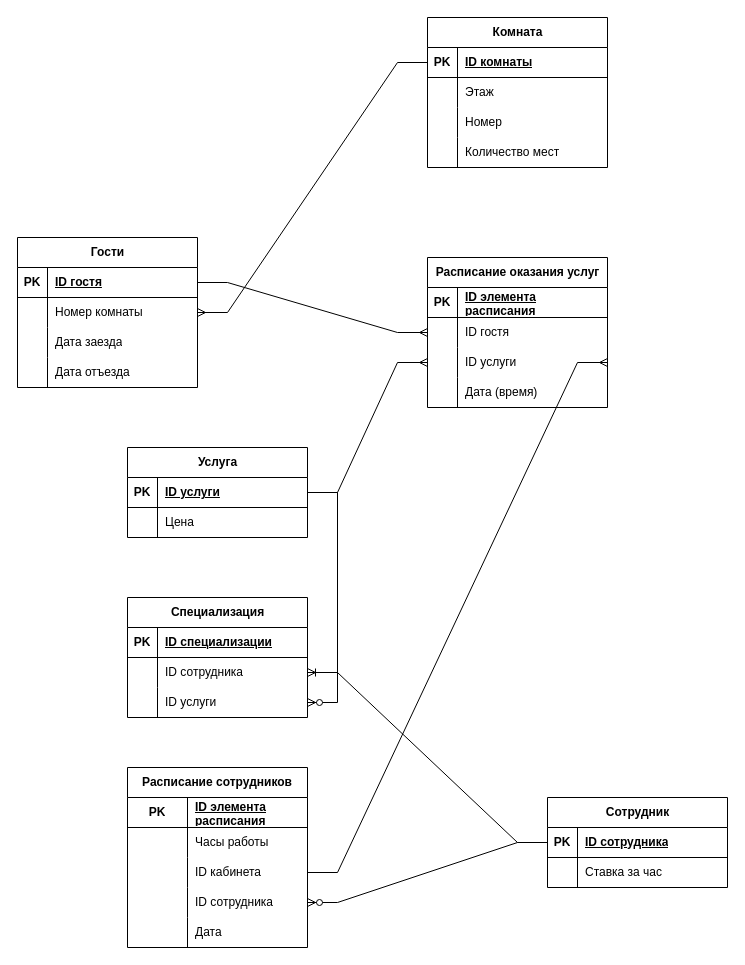
This is Диаграмма без названия.drawio from arinazzz/DBMS, a draw.io file, before an edit. Source tidied: cells renumbered, new cells numbered last; positions are measured from the earlier drawing's top-left corner, leaving out a move shared by most shapes. Both pictures are drawn from the tidied source at 100%, with x=0, y=0 at pixel (17, 17).
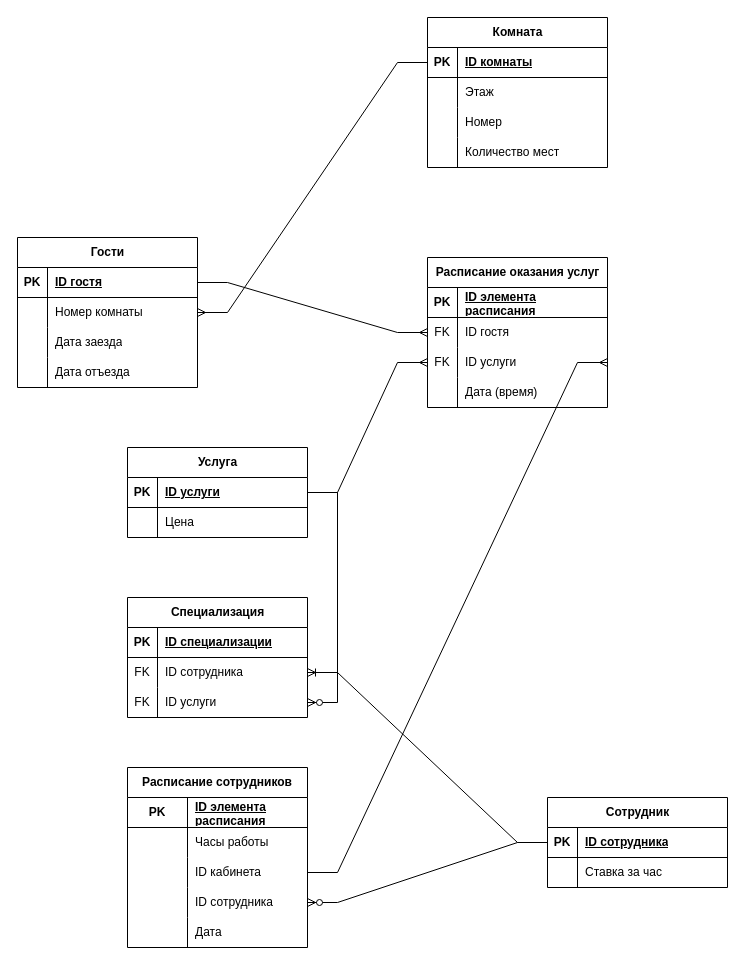
After the change.

The change refers to these unchanged cells:
```xml
<mxCell id="19" style="shape=tableRow;horizontal=0;startSize=0;swimlaneHead=0;swimlaneBody=0;fillColor=none;points=[[0,0.5],[1,0.5]];portConstraint=eastwest;top=0;left=0;right=0;bottom=0;" parent="15" vertex="1">
  <mxGeometry y="60" width="180" height="30" as="geometry" />
</mxCell>
<mxCell id="22" style="shape=tableRow;horizontal=0;startSize=0;swimlaneHead=0;swimlaneBody=0;fillColor=none;points=[[0,0.5],[1,0.5]];portConstraint=eastwest;top=0;left=0;right=0;bottom=0;" parent="15" vertex="1">
  <mxGeometry y="90" width="180" height="30" as="geometry" />
</mxCell>
<mxCell id="64" style="shape=tableRow;horizontal=0;startSize=0;swimlaneHead=0;swimlaneBody=0;fillColor=none;points=[[0,0.5],[1,0.5]];portConstraint=eastwest;top=0;left=0;right=0;bottom=0;" parent="60" vertex="1">
  <mxGeometry y="60" width="180" height="30" as="geometry" />
</mxCell>
<mxCell id="67" style="shape=tableRow;horizontal=0;startSize=0;swimlaneHead=0;swimlaneBody=0;fillColor=none;points=[[0,0.5],[1,0.5]];portConstraint=eastwest;top=0;left=0;right=0;bottom=0;" parent="60" vertex="1">
  <mxGeometry y="90" width="180" height="30" as="geometry" />
</mxCell>
```

Diff of the diagram source:
```diff
@@
-    <mxCell id="20" style="shape=partialRectangle;fillColor=none;top=0;left=0;bottom=0;right=0;overflow=hidden;whiteSpace=wrap;html=1;" parent="19" vertex="1">
+    <mxCell id="20" value="FK" style="shape=partialRectangle;fillColor=none;top=0;left=0;bottom=0;right=0;overflow=hidden;whiteSpace=wrap;html=1;" parent="19" vertex="1">
       <mxGeometry width="30" height="30" as="geometry" />
     </mxCell>
@@
-    <mxCell id="23" style="shape=partialRectangle;fillColor=none;top=0;left=0;bottom=0;right=0;overflow=hidden;whiteSpace=wrap;html=1;" parent="22" vertex="1">
+    <mxCell id="23" value="FK" style="shape=partialRectangle;fillColor=none;top=0;left=0;bottom=0;right=0;overflow=hidden;whiteSpace=wrap;html=1;" parent="22" vertex="1">
       <mxGeometry width="30" height="30" as="geometry" />
     </mxCell>
@@
-    <mxCell id="65" style="shape=partialRectangle;fillColor=none;top=0;left=0;bottom=0;right=0;overflow=hidden;whiteSpace=wrap;html=1;" parent="64" vertex="1">
+    <mxCell id="65" value="FK" style="shape=partialRectangle;fillColor=none;top=0;left=0;bottom=0;right=0;overflow=hidden;whiteSpace=wrap;html=1;" parent="64" vertex="1">
       <mxGeometry width="30" height="30" as="geometry" />
     </mxCell>
@@
-    <mxCell id="68" style="shape=partialRectangle;fillColor=none;top=0;left=0;bottom=0;right=0;overflow=hidden;whiteSpace=wrap;html=1;" parent="67" vertex="1">
+    <mxCell id="68" value="FK" style="shape=partialRectangle;fillColor=none;top=0;left=0;bottom=0;right=0;overflow=hidden;whiteSpace=wrap;html=1;" parent="67" vertex="1">
       <mxGeometry width="30" height="30" as="geometry" />
     </mxCell>
```
